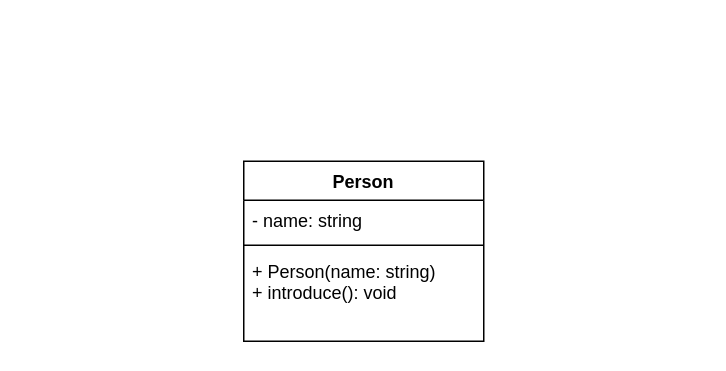
Above: docs/futureforge/futureforgeuml.drawio in BlazerLabs/CSC-3105-22-23-Project-Repo (draw.io), before the change. Source tidied: cells renumbered, new cells numbered last; positions are measured from the earlier drawing's top-left corner, leaving out a move shared by most shapes. Both pictures are drawn from the tidied source at 150%, with x=0, y=0 at pixel (243, 160).
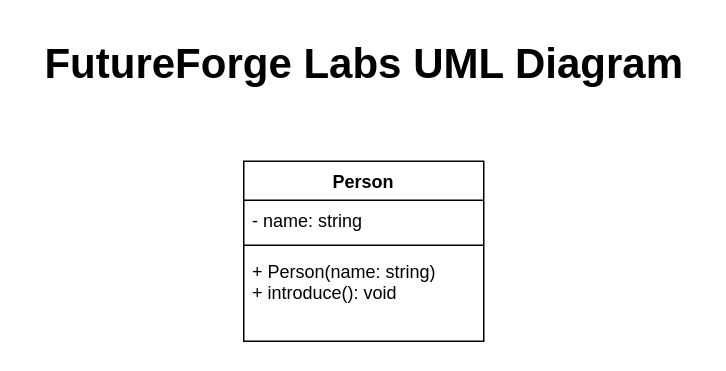
The same diagram, later.

Change to the diagram source:
```diff
@@
 <mxGraphModel>
   <root>
     <mxCell id="0" />
     <mxCell id="1" parent="0" />
     <mxCell id="2" value="Person" style="swimlane;fontStyle=1;align=center;verticalAlign=top;horizontal=1;startSize=26;" parent="1" vertex="1">
       <mxGeometry width="160" height="120" as="geometry" />
     </mxCell>
     <mxCell id="3" value="- name: string" style="text;strokeColor=none;fillColor=none;align=left;verticalAlign=top;spacingLeft=4;spacingRight=4;overflow=hidden;" parent="2" vertex="1">
       <mxGeometry y="26" width="160" height="26" as="geometry" />
     </mxCell>
     <mxCell id="4" style="line;strokeWidth=1;fillColor=none;align=left;verticalAlign=middle;spacingTop=-1;spacingLeft=3;spacingRight=3;labelPosition=right;strokeColor=inherit;" parent="2" vertex="1">
       <mxGeometry y="52" width="160" height="8" as="geometry" />
     </mxCell>
     <mxCell id="5" value="+ Person(name: string)&#10;+ introduce(): void" style="text;strokeColor=none;fillColor=none;align=left;verticalAlign=top;spacingLeft=4;spacingRight=4;overflow=hidden;" parent="2" vertex="1">
       <mxGeometry y="60" width="160" height="60" as="geometry" />
     </mxCell>
+    <mxCell id="6" value="&lt;font size=&quot;1&quot; style=&quot;&quot;&gt;&lt;b style=&quot;font-size: 28px;&quot;&gt;FutureForge Labs UML Diagram&lt;/b&gt;&lt;/font&gt;" style="text;html=1;align=center;verticalAlign=middle;strokeColor=none;fillColor=none;" parent="1" vertex="1">
+      <mxGeometry x="-145" y="-90" width="450" height="50" as="geometry" />
+    </mxCell>
   </root>
 </mxGraphModel>
```
